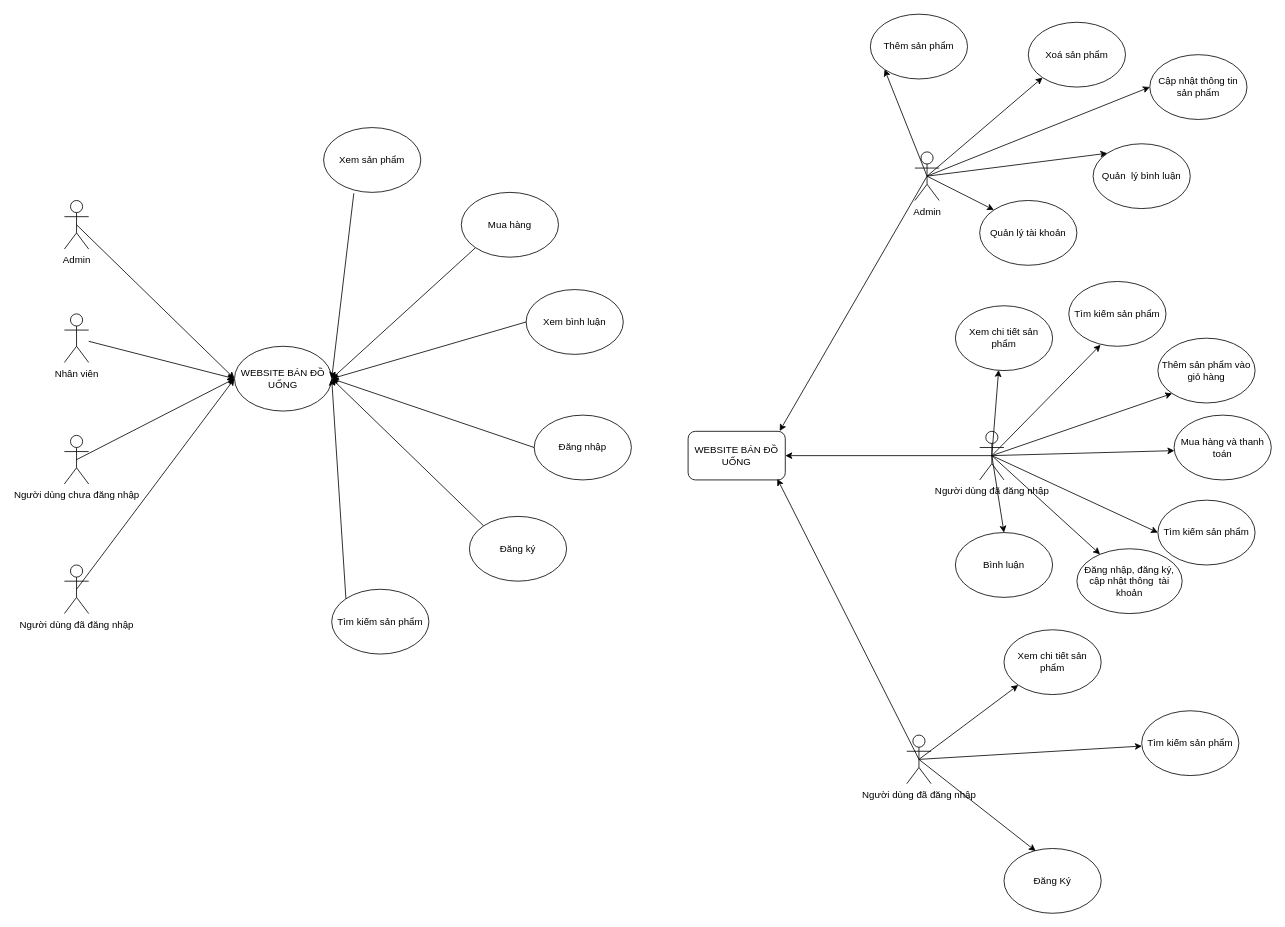
Earlier version of the draw.io diagram page "Trang-1" (1 of 2) of Biểu đồ không có tiêu đề.drawio (minhtthph42743/duan1). Source tidied: cells renumbered, new cells numbered last; positions are measured from the earlier drawing's top-left corner, leaving out a move shared by most shapes. Both pictures are drawn from the tidied source at 81%, with x=0, y=0 at pixel (64, 14).
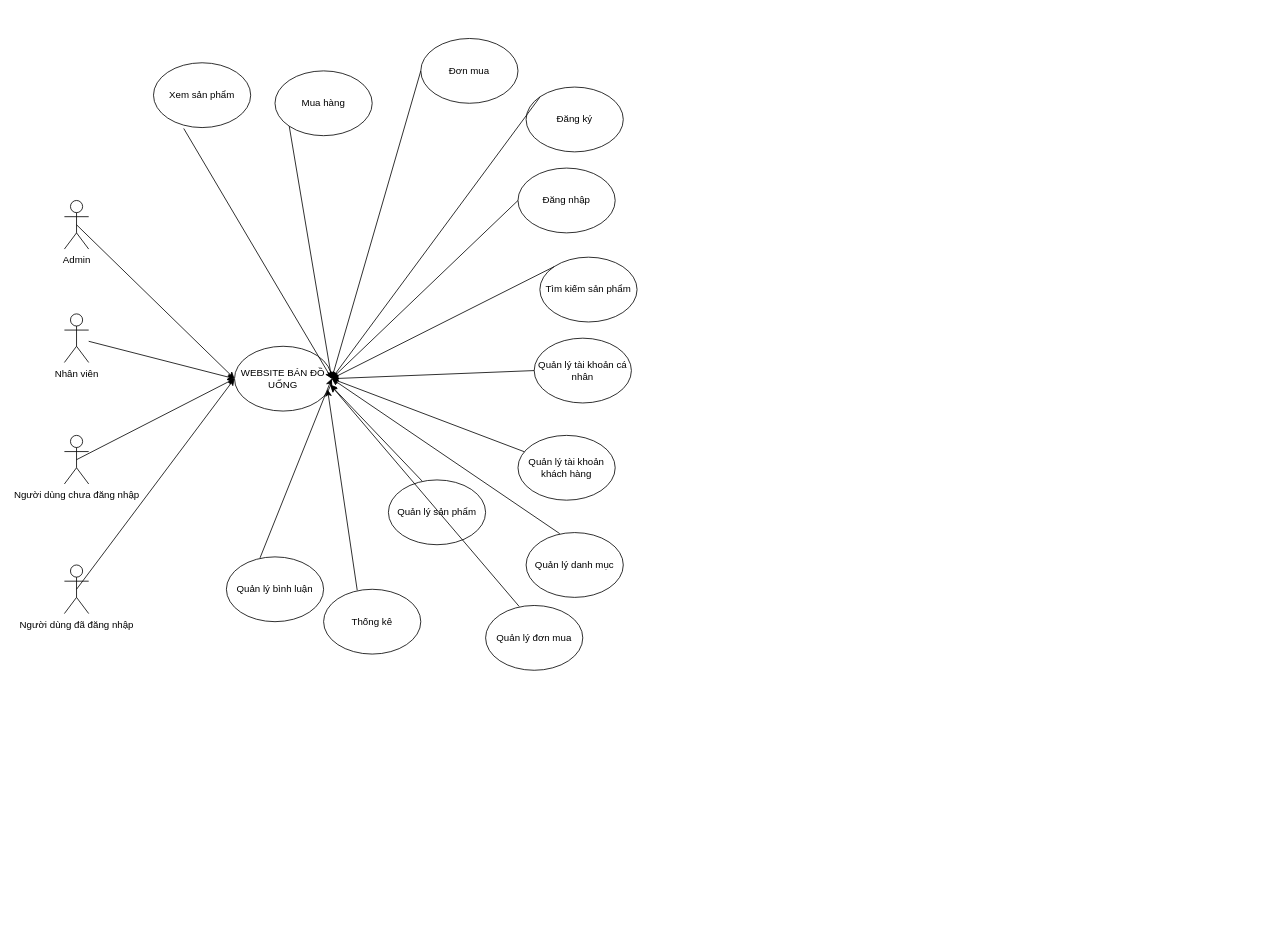
Above is the later version.

Commit message (it also covers changes not shown here):
Cập nhật Biểu đồ không có tiêu đề.drawio

The change refers to these unchanged cells:
```xml
<mxCell id="6" value="WEBSITE BÁN ĐỒ UỐNG" style="ellipse;whiteSpace=wrap;html=1;" parent="1" vertex="1">
  <mxGeometry x="210" y="410" width="120" height="80" as="geometry" />
</mxCell>
```

Change to the diagram source:
```diff
@@
     <mxCell id="11" value="Tìm kiếm sản phẩm" style="ellipse;whiteSpace=wrap;html=1;" parent="1" vertex="1">
-      <mxGeometry x="330" y="710" width="120" height="80" as="geometry" />
+      <mxGeometry x="587" y="300" width="120" height="80" as="geometry" />
     </mxCell>
     <mxCell id="12" value="Đăng ký" style="ellipse;whiteSpace=wrap;html=1;" parent="1" vertex="1">
-      <mxGeometry x="500" y="620" width="120" height="80" as="geometry" />
+      <mxGeometry x="570" y="90" width="120" height="80" as="geometry" />
     </mxCell>
-    <mxCell id="13" value="Đăng nhập" style="ellipse;whiteSpace=wrap;html=1;" parent="1" vertex="1">
-      <mxGeometry x="580" y="495" width="120" height="80" as="geometry" />
+    <mxCell id="13" value="Đơn mua" style="ellipse;whiteSpace=wrap;html=1;" parent="1" vertex="1">
+      <mxGeometry x="440" y="30" width="120" height="80" as="geometry" />
     </mxCell>
-    <mxCell id="14" value="Xem bình luận" style="ellipse;whiteSpace=wrap;html=1;" parent="1" vertex="1">
-      <mxGeometry x="570" y="340" width="120" height="80" as="geometry" />
+    <mxCell id="14" value="Quản lý tài khoản cá nhân" style="ellipse;whiteSpace=wrap;html=1;" parent="1" vertex="1">
+      <mxGeometry x="580" y="400" width="120" height="80" as="geometry" />
     </mxCell>
     <mxCell id="15" value="Mua hàng" style="ellipse;whiteSpace=wrap;html=1;" parent="1" vertex="1">
-      <mxGeometry x="490" y="220" width="120" height="80" as="geometry" />
+      <mxGeometry x="260" y="70" width="120" height="80" as="geometry" />
     </mxCell>
     <mxCell id="16" value="Xem sản phẩm" style="ellipse;whiteSpace=wrap;html=1;" parent="1" vertex="1">
-      <mxGeometry x="320" y="140" width="120" height="80" as="geometry" />
+      <mxGeometry x="110" y="60" width="120" height="80" as="geometry" />
     </mxCell>
@@
-    <mxCell id="23" value="Admin" style="shape=umlActor;verticalLabelPosition=bottom;verticalAlign=top;html=1;outlineConnect=0;" parent="1" vertex="1">
-      <mxGeometry x="1050" y="170" width="30" height="60" as="geometry" />
-    </mxCell>
-    <mxCell id="24" value="WEBSITE BÁN ĐỒ UỐNG" style="rounded=1;whiteSpace=wrap;html=1;" parent="1" vertex="1">
-      <mxGeometry x="770" y="515" width="120" height="60" as="geometry" />
-    </mxCell>
-    <mxCell id="25" value="Người dùng đã đăng nhập" style="shape=umlActor;verticalLabelPosition=bottom;verticalAlign=top;html=1;outlineConnect=0;" parent="1" vertex="1">
-      <mxGeometry x="1040" y="890" width="30" height="60" as="geometry" />
-    </mxCell>
-    <mxCell id="26" value="Người dùng đã đăng nhập" style="shape=umlActor;verticalLabelPosition=bottom;verticalAlign=top;html=1;outlineConnect=0;" parent="1" vertex="1">
-      <mxGeometry x="1130" y="515" width="30" height="60" as="geometry" />
-    </mxCell>
-    <mxCell id="27" value="Thêm sản phẩm" style="ellipse;whiteSpace=wrap;html=1;" parent="1" vertex="1">
-      <mxGeometry x="995" width="120" height="80" as="geometry" />
-    </mxCell>
-    <mxCell id="28" value="Xoá sản phẩm" style="ellipse;whiteSpace=wrap;html=1;" parent="1" vertex="1">
-      <mxGeometry x="1190" y="10" width="120" height="80" as="geometry" />
-    </mxCell>
-    <mxCell id="29" value="Cập nhật thông tin sản phẩm" style="ellipse;whiteSpace=wrap;html=1;" parent="1" vertex="1">
-      <mxGeometry x="1340" y="50" width="120" height="80" as="geometry" />
-    </mxCell>
+    <mxCell id="60" value="Quản lý tài khoản khách hàng" style="ellipse;whiteSpace=wrap;html=1;" parent="1" vertex="1">
+      <mxGeometry x="560" y="520" width="120" height="80" as="geometry" />
+    </mxCell>
+    <mxCell id="61" value="Đăng nhập" style="ellipse;whiteSpace=wrap;html=1;" parent="1" vertex="1">
+      <mxGeometry x="560" y="190" width="120" height="80" as="geometry" />
+    </mxCell>
+    <mxCell id="62" style="endArrow=classic;html=1;rounded=0;exitX=0;exitY=0.5;exitDx=0;exitDy=0;entryX=1;entryY=0.5;entryDx=0;entryDy=0;" parent="1" edge="1" source="61" target="6">
+      <mxGeometry relative="1" as="geometry" />
+    </mxCell>
+    <mxCell id="63" style="endArrow=classic;html=1;rounded=0;entryX=1;entryY=0.5;entryDx=0;entryDy=0;" parent="1" edge="1" source="60" target="6">
+      <mxGeometry relative="1" as="geometry" />
+    </mxCell>
+    <mxCell id="64" value="Quản lý danh mục" style="ellipse;whiteSpace=wrap;html=1;" parent="1" vertex="1">
+      <mxGeometry x="570" y="640" width="120" height="80" as="geometry" />
+    </mxCell>
+    <mxCell id="65" style="endArrow=classic;html=1;rounded=0;exitX=0.346;exitY=0.016;exitDx=0;exitDy=0;exitPerimeter=0;entryX=1;entryY=0.5;entryDx=0;entryDy=0;" parent="1" edge="1" source="64" target="6">
+      <mxGeometry relative="1" as="geometry" />
+    </mxCell>
+    <mxCell id="66" value="Quản lý sản phẩm" style="ellipse;whiteSpace=wrap;html=1;" parent="1" vertex="1">
+      <mxGeometry x="400" y="575" width="120" height="80" as="geometry" />
+    </mxCell>
+    <mxCell id="67" style="endArrow=classic;html=1;rounded=0;exitX=0.346;exitY=0.016;exitDx=0;exitDy=0;exitPerimeter=0;entryX=0.984;entryY=0.592;entryDx=0;entryDy=0;entryPerimeter=0;" parent="1" edge="1" source="66" target="6">
+      <mxGeometry relative="1" as="geometry" />
+    </mxCell>
+    <mxCell id="68" value="Quản lý đơn mua" style="ellipse;whiteSpace=wrap;html=1;" parent="1" vertex="1">
+      <mxGeometry x="520" y="730" width="120" height="80" as="geometry" />
+    </mxCell>
+    <mxCell id="69" style="endArrow=classic;html=1;rounded=0;exitX=0.346;exitY=0.016;exitDx=0;exitDy=0;exitPerimeter=0;entryX=0.991;entryY=0.603;entryDx=0;entryDy=0;entryPerimeter=0;" parent="1" edge="1" source="68" target="6">
+      <mxGeometry relative="1" as="geometry" />
+    </mxCell>
+    <mxCell id="70" value="Thống kê" style="ellipse;whiteSpace=wrap;html=1;" parent="1" vertex="1">
+      <mxGeometry x="320" y="710" width="120" height="80" as="geometry" />
+    </mxCell>
+    <mxCell id="71" style="endArrow=classic;html=1;rounded=0;exitX=0.346;exitY=0.016;exitDx=0;exitDy=0;exitPerimeter=0;entryX=0.957;entryY=0.665;entryDx=0;entryDy=0;entryPerimeter=0;" parent="1" edge="1" source="70" target="6">
+      <mxGeometry relative="1" as="geometry" />
+    </mxCell>
-    <mxCell id="30" value="Quản&amp;nbsp; lý bình luận" style="ellipse;whiteSpace=wrap;html=1;" parent="1" vertex="1">
-      <mxGeometry x="1270" y="160" width="120" height="80" as="geometry" />
+    <mxCell id="30" value="Quản lý bình luận" style="ellipse;whiteSpace=wrap;html=1;" parent="1" vertex="1">
+      <mxGeometry x="200" y="670" width="120" height="80" as="geometry" />
     </mxCell>
-    <mxCell id="31" style="endArrow=classic;html=1;rounded=0;entryX=0;entryY=1;entryDx=0;entryDy=0;exitX=0.5;exitY=0.5;exitDx=0;exitDy=0;exitPerimeter=0;" parent="1" edge="1" source="23" target="27">
-      <mxGeometry relative="1" as="geometry" />
-    </mxCell>
-    <mxCell id="32" style="endArrow=classic;html=1;rounded=0;entryX=0;entryY=0;entryDx=0;entryDy=0;exitX=0.5;exitY=0.5;exitDx=0;exitDy=0;exitPerimeter=0;" parent="1" edge="1" source="23" target="30">
-      <mxGeometry relative="1" as="geometry" />
-    </mxCell>
-    <mxCell id="33" style="endArrow=classic;html=1;rounded=0;entryX=0;entryY=0.5;entryDx=0;entryDy=0;exitX=0.5;exitY=0.5;exitDx=0;exitDy=0;exitPerimeter=0;" parent="1" edge="1" source="23" target="29">
-      <mxGeometry relative="1" as="geometry" />
-    </mxCell>
-    <mxCell id="34" style="endArrow=classic;html=1;rounded=0;entryX=0;entryY=1;entryDx=0;entryDy=0;exitX=0.5;exitY=0.5;exitDx=0;exitDy=0;exitPerimeter=0;" parent="1" edge="1" source="23" target="28">
-      <mxGeometry relative="1" as="geometry" />
-    </mxCell>
-    <mxCell id="35" style="endArrow=classic;html=1;rounded=0;entryX=0.942;entryY=-0.006;entryDx=0;entryDy=0;entryPerimeter=0;exitX=0.5;exitY=0.5;exitDx=0;exitDy=0;exitPerimeter=0;" parent="1" edge="1" source="23" target="24">
-      <mxGeometry relative="1" as="geometry" />
-    </mxCell>
-    <mxCell id="36" style="endArrow=classic;html=1;rounded=0;entryX=0.918;entryY=0.978;entryDx=0;entryDy=0;entryPerimeter=0;exitX=0.5;exitY=0.5;exitDx=0;exitDy=0;exitPerimeter=0;" parent="1" edge="1" source="25" target="24">
-      <mxGeometry relative="1" as="geometry" />
-    </mxCell>
-    <mxCell id="37" style="endArrow=classic;html=1;rounded=0;entryX=1;entryY=0.5;entryDx=0;entryDy=0;exitX=0.5;exitY=0.5;exitDx=0;exitDy=0;exitPerimeter=0;" parent="1" edge="1" source="26" target="24">
-      <mxGeometry relative="1" as="geometry" />
-    </mxCell>
-    <mxCell id="38" value="Tìm kiếm sản phẩm" style="ellipse;whiteSpace=wrap;html=1;" parent="1" vertex="1">
-      <mxGeometry x="1240" y="330" width="120" height="80" as="geometry" />
-    </mxCell>
-    <mxCell id="39" value="Xem chi tiết sản phẩm" style="ellipse;whiteSpace=wrap;html=1;" parent="1" vertex="1">
-      <mxGeometry x="1100" y="360" width="120" height="80" as="geometry" />
-    </mxCell>
-    <mxCell id="40" value="Mua hàng và thanh toán" style="ellipse;whiteSpace=wrap;html=1;" parent="1" vertex="1">
-      <mxGeometry x="1370" y="495" width="120" height="80" as="geometry" />
-    </mxCell>
-    <mxCell id="41" value="Thêm sản phẩm vào giỏ hàng" style="ellipse;whiteSpace=wrap;html=1;" parent="1" vertex="1">
-      <mxGeometry x="1350" y="400" width="120" height="80" as="geometry" />
-    </mxCell>
-    <mxCell id="42" value="Tìm kiếm sản phẩm" style="ellipse;whiteSpace=wrap;html=1;" parent="1" vertex="1">
-      <mxGeometry x="1350" y="600" width="120" height="80" as="geometry" />
-    </mxCell>
-    <mxCell id="43" value="Đăng nhập, đăng ký, cập nhật thông&amp;nbsp; tài khoản" style="ellipse;whiteSpace=wrap;html=1;" parent="1" vertex="1">
-      <mxGeometry x="1250" y="660" width="130" height="80" as="geometry" />
-    </mxCell>
-    <mxCell id="44" value="Bình luận" style="ellipse;whiteSpace=wrap;html=1;" parent="1" vertex="1">
-      <mxGeometry x="1100" y="640" width="120" height="80" as="geometry" />
-    </mxCell>
-    <mxCell id="45" style="endArrow=classic;html=1;rounded=0;entryX=0.5;entryY=0;entryDx=0;entryDy=0;exitX=0.5;exitY=0.5;exitDx=0;exitDy=0;exitPerimeter=0;" parent="1" edge="1" source="26" target="44">
-      <mxGeometry relative="1" as="geometry" />
-    </mxCell>
-    <mxCell id="46" style="endArrow=classic;html=1;rounded=0;exitX=0.5;exitY=0.5;exitDx=0;exitDy=0;exitPerimeter=0;" parent="1" edge="1" source="26" target="43">
-      <mxGeometry relative="1" as="geometry" />
-    </mxCell>
-    <mxCell id="47" style="endArrow=classic;html=1;rounded=0;entryX=0;entryY=0.5;entryDx=0;entryDy=0;exitX=0.5;exitY=0.5;exitDx=0;exitDy=0;exitPerimeter=0;" parent="1" edge="1" source="26" target="42">
-      <mxGeometry relative="1" as="geometry" />
-    </mxCell>
-    <mxCell id="48" style="endArrow=classic;html=1;rounded=0;entryX=0.003;entryY=0.548;entryDx=0;entryDy=0;entryPerimeter=0;exitX=0.5;exitY=0.5;exitDx=0;exitDy=0;exitPerimeter=0;" parent="1" edge="1" source="26" target="40">
-      <mxGeometry relative="1" as="geometry" />
-    </mxCell>
-    <mxCell id="49" style="endArrow=classic;html=1;rounded=0;entryX=0;entryY=1;entryDx=0;entryDy=0;exitX=0.5;exitY=0.5;exitDx=0;exitDy=0;exitPerimeter=0;" parent="1" edge="1" source="26" target="41">
-      <mxGeometry relative="1" as="geometry" />
-    </mxCell>
-    <mxCell id="50" style="endArrow=classic;html=1;rounded=0;entryX=0.327;entryY=0.978;entryDx=0;entryDy=0;entryPerimeter=0;exitX=0.5;exitY=0.5;exitDx=0;exitDy=0;exitPerimeter=0;" parent="1" edge="1" source="26" target="38">
-      <mxGeometry relative="1" as="geometry" />
-    </mxCell>
-    <mxCell id="51" style="endArrow=classic;html=1;rounded=0;entryX=0.445;entryY=0.991;entryDx=0;entryDy=0;entryPerimeter=0;exitX=0.5;exitY=0.5;exitDx=0;exitDy=0;exitPerimeter=0;" parent="1" edge="1" source="26" target="39">
-      <mxGeometry relative="1" as="geometry" />
-    </mxCell>
-    <mxCell id="52" value="Tìm kiếm sản phẩm" style="ellipse;whiteSpace=wrap;html=1;" parent="1" vertex="1">
-      <mxGeometry x="1330" y="860" width="120" height="80" as="geometry" />
-    </mxCell>
-    <mxCell id="53" value="Đăng Ký" style="ellipse;whiteSpace=wrap;html=1;" parent="1" vertex="1">
-      <mxGeometry x="1160" y="1030" width="120" height="80" as="geometry" />
-    </mxCell>
-    <mxCell id="54" value="Xem chi tiết sản phẩm" style="ellipse;whiteSpace=wrap;html=1;" parent="1" vertex="1">
-      <mxGeometry x="1160" y="760" width="120" height="80" as="geometry" />
-    </mxCell>
-    <mxCell id="55" style="endArrow=classic;html=1;rounded=0;entryX=0.326;entryY=0.039;entryDx=0;entryDy=0;entryPerimeter=0;exitX=0.5;exitY=0.5;exitDx=0;exitDy=0;exitPerimeter=0;" parent="1" edge="1" source="25" target="53">
-      <mxGeometry relative="1" as="geometry" />
-    </mxCell>
-    <mxCell id="56" style="endArrow=classic;html=1;rounded=0;exitX=0.5;exitY=0.5;exitDx=0;exitDy=0;exitPerimeter=0;" parent="1" edge="1" source="25" target="52">
-      <mxGeometry relative="1" as="geometry" />
-    </mxCell>
-    <mxCell id="57" style="endArrow=classic;html=1;rounded=0;entryX=0;entryY=1;entryDx=0;entryDy=0;exitX=0.5;exitY=0.5;exitDx=0;exitDy=0;exitPerimeter=0;" parent="1" edge="1" source="25" target="54">
-      <mxGeometry relative="1" as="geometry" />
-    </mxCell>
-    <mxCell id="58" value="Quản lý tài khoản" style="ellipse;whiteSpace=wrap;html=1;" parent="1" vertex="1">
-      <mxGeometry x="1130" y="230" width="120" height="80" as="geometry" />
-    </mxCell>
-    <mxCell id="59" style="endArrow=classic;html=1;rounded=0;entryX=0;entryY=0;entryDx=0;entryDy=0;exitX=0.5;exitY=0.5;exitDx=0;exitDy=0;exitPerimeter=0;" parent="1" edge="1" source="23" target="58">
-      <mxGeometry relative="1" as="geometry" />
-    </mxCell>
+    <mxCell id="72" style="endArrow=classic;html=1;rounded=0;exitX=0.346;exitY=0.016;exitDx=0;exitDy=0;exitPerimeter=0;entryX=1;entryY=0.5;entryDx=0;entryDy=0;" parent="1" edge="1" source="30" target="6">
+      <mxGeometry relative="1" as="geometry" />
+    </mxCell>
```
